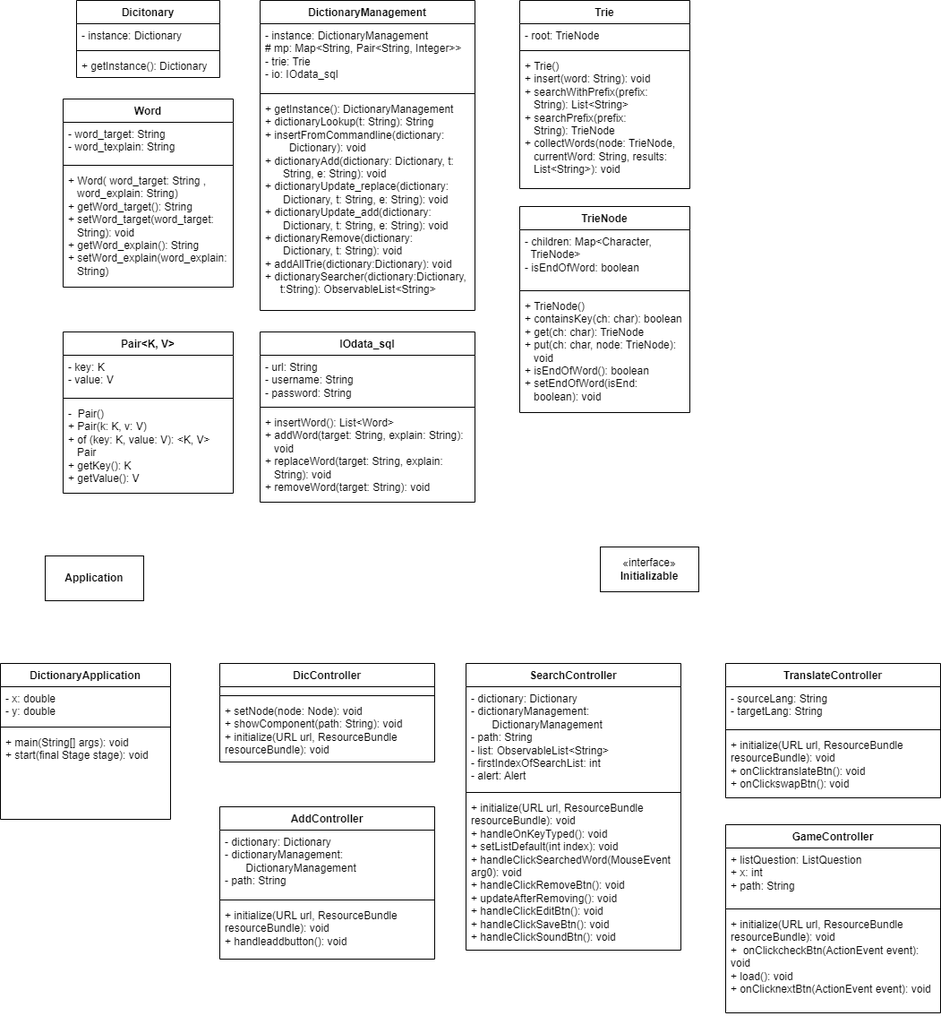
The draw.io diagram Dictionary_Project/DictionaryUML.drawio.png in changchan255/OOP_Dictionary, before a commit. Source tidied: cells renumbered, new cells last; positions are measured from the earlier drawing's top-left corner, leaving out a move shared by most shapes.
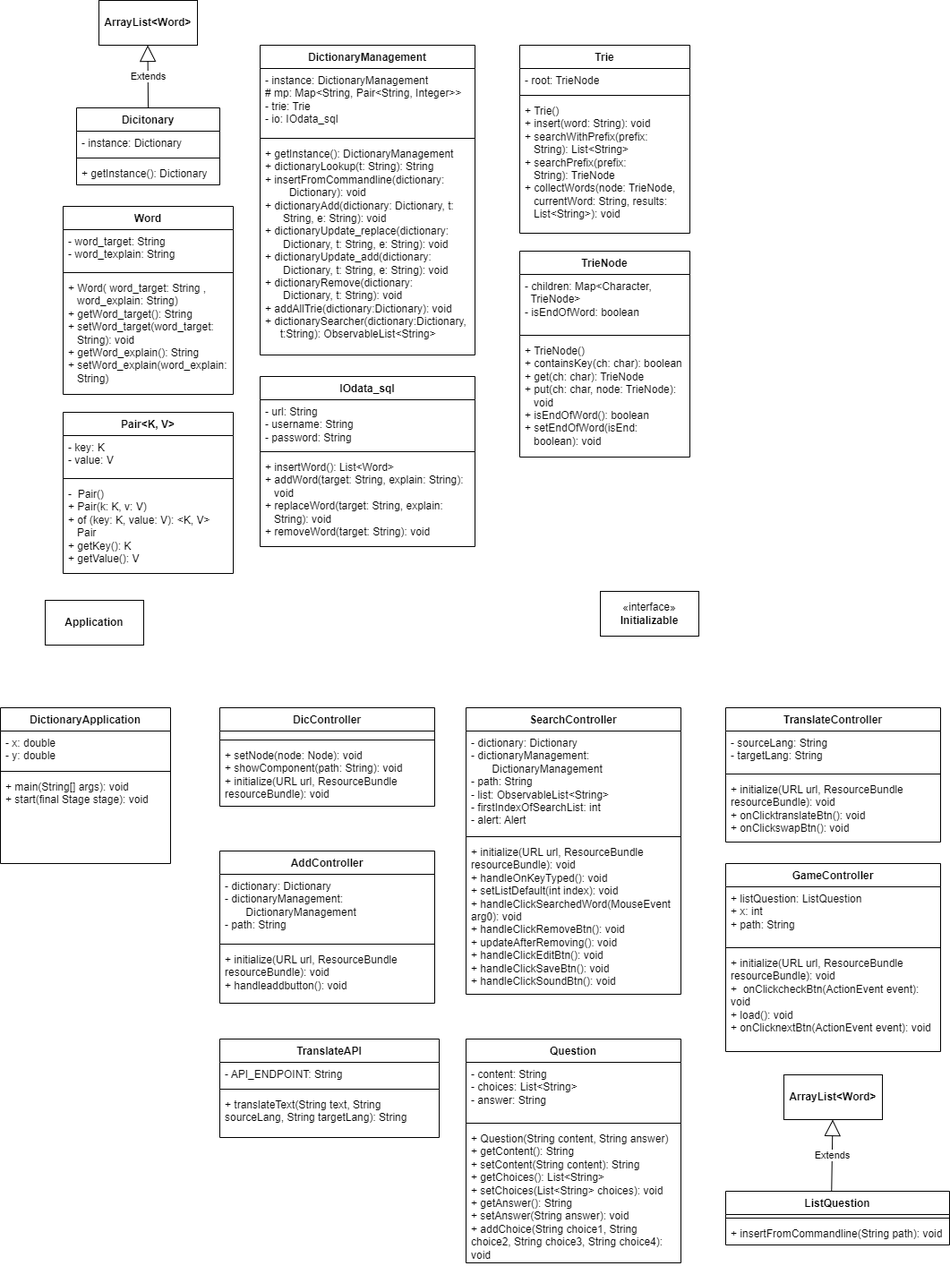
The same file after the commit.

Commit message:
Cập nhật DictionaryUML.drawio.png

The edit, as a diff of the source:
```diff
@@ -3,7 +3,7 @@
     <mxCell id="0" />
     <mxCell id="1" parent="0" />
     <mxCell id="2" value="Dicitonary" style="swimlane;fontStyle=1;align=center;verticalAlign=top;horizontal=1;startSize=26;whiteSpace=wrap;html=1;" parent="1" vertex="1">
-      <mxGeometry x="85" width="160" height="86" as="geometry" />
+      <mxGeometry x="85" y="70" width="160" height="86" as="geometry" />
     </mxCell>
     <mxCell id="3" value="-&amp;nbsp;instance: Dictionary" style="text;strokeColor=none;fillColor=none;align=left;verticalAlign=top;spacingLeft=4;spacingRight=4;overflow=hidden;whiteSpace=wrap;html=1;" parent="2" vertex="1">
       <mxGeometry y="26" width="160" height="26" as="geometry" />
@@ -27,7 +27,7 @@
       <mxGeometry y="108" width="240" height="238" as="geometry" />
     </mxCell>
     <mxCell id="10" value="Word" style="swimlane;fontStyle=1;align=center;verticalAlign=top;horizontal=1;startSize=26;whiteSpace=wrap;html=1;" parent="1" vertex="1">
-      <mxGeometry x="70" y="110" width="190" height="210" as="geometry" />
+      <mxGeometry x="70" y="180" width="190" height="210" as="geometry" />
     </mxCell>
     <mxCell id="11" value="-&amp;nbsp;word_target: String&lt;br&gt;-&amp;nbsp;word_texplain: String" style="text;strokeColor=none;fillColor=none;align=left;verticalAlign=top;spacingLeft=4;spacingRight=4;overflow=hidden;whiteSpace=wrap;html=1;" parent="10" vertex="1">
       <mxGeometry y="26" width="190" height="44" as="geometry" />
@@ -63,7 +63,7 @@
       <mxGeometry y="98" width="190" height="132" as="geometry" />
     </mxCell>
     <mxCell id="22" value="Pair&amp;lt;K, V&amp;gt;" style="swimlane;fontStyle=1;align=center;verticalAlign=top;horizontal=1;startSize=26;whiteSpace=wrap;html=1;" parent="1" vertex="1">
-      <mxGeometry x="70" y="370" width="190" height="180" as="geometry" />
+      <mxGeometry x="70" y="410" width="190" height="180" as="geometry" />
     </mxCell>
     <mxCell id="23" value="- key: K&lt;br&gt;- value: V" style="text;strokeColor=none;fillColor=none;align=left;verticalAlign=top;spacingLeft=4;spacingRight=4;overflow=hidden;whiteSpace=wrap;html=1;" parent="22" vertex="1">
       <mxGeometry y="26" width="190" height="44" as="geometry" />
@@ -153,7 +153,7 @@
       <mxGeometry y="78" width="240" height="72" as="geometry" />
     </mxCell>
     <mxCell id="52" value="GameController" style="swimlane;fontStyle=1;align=center;verticalAlign=top;horizontal=1;startSize=26;whiteSpace=wrap;html=1;" parent="1" vertex="1">
-      <mxGeometry x="810" y="920" width="240" height="210" as="geometry" />
+      <mxGeometry x="810" y="914" width="240" height="210" as="geometry" />
     </mxCell>
     <mxCell id="53" value="+ listQuestion: ListQuestion&lt;br&gt;+ x: int&lt;br&gt;+ path: String" style="text;strokeColor=none;fillColor=none;align=left;verticalAlign=top;spacingLeft=4;spacingRight=4;overflow=hidden;whiteSpace=wrap;html=1;" parent="52" vertex="1">
       <mxGeometry y="26" width="240" height="64" as="geometry" />
@@ -164,5 +164,55 @@
     <mxCell id="55" value="+&amp;nbsp;initialize(URL url, ResourceBundle resourceBundle): void&lt;br&gt;+&amp;nbsp;&amp;nbsp;onClickcheckBtn(ActionEvent event): void&lt;br&gt;+ load(): void&lt;br&gt;+&amp;nbsp;onClicknextBtn(ActionEvent event): void" style="text;strokeColor=none;fillColor=none;align=left;verticalAlign=top;spacingLeft=4;spacingRight=4;overflow=hidden;whiteSpace=wrap;html=1;" parent="52" vertex="1">
       <mxGeometry y="98" width="240" height="112" as="geometry" />
     </mxCell>
+    <mxCell id="56" value="TranslateAPI" style="swimlane;fontStyle=1;align=center;verticalAlign=top;horizontal=1;startSize=26;whiteSpace=wrap;html=1;" parent="1" vertex="1">
+      <mxGeometry x="245" y="1110" width="245" height="110" as="geometry" />
+    </mxCell>
+    <mxCell id="57" value="-&amp;nbsp;API_ENDPOINT: String" style="text;strokeColor=none;fillColor=none;align=left;verticalAlign=top;spacingLeft=4;spacingRight=4;overflow=hidden;whiteSpace=wrap;html=1;" parent="56" vertex="1">
+      <mxGeometry y="26" width="245" height="26" as="geometry" />
+    </mxCell>
+    <mxCell id="58" style="line;strokeWidth=1;fillColor=none;align=left;verticalAlign=middle;spacingTop=-1;spacingLeft=3;spacingRight=3;labelPosition=right;strokeColor=inherit;" parent="56" vertex="1">
+      <mxGeometry y="52" width="245" height="8" as="geometry" />
+    </mxCell>
+    <mxCell id="59" value="+&amp;nbsp;translateText(String text, String sourceLang, String targetLang): String" style="text;strokeColor=none;fillColor=none;align=left;verticalAlign=top;spacingLeft=4;spacingRight=4;overflow=hidden;whiteSpace=wrap;html=1;" parent="56" vertex="1">
+      <mxGeometry y="60" width="245" height="50" as="geometry" />
+    </mxCell>
+    <mxCell id="60" value="ListQuestion" style="swimlane;fontStyle=1;align=center;verticalAlign=top;horizontal=1;startSize=26;whiteSpace=wrap;html=1;" parent="1" vertex="1">
+      <mxGeometry x="810" y="1280" width="250" height="60" as="geometry" />
+    </mxCell>
+    <mxCell id="61" style="line;strokeWidth=1;fillColor=none;align=left;verticalAlign=middle;spacingTop=-1;spacingLeft=3;spacingRight=3;labelPosition=right;strokeColor=inherit;" parent="60" vertex="1">
+      <mxGeometry y="26" width="250" height="8" as="geometry" />
+    </mxCell>
+    <mxCell id="62" value="+&amp;nbsp;insertFromCommandline(String path): void" style="text;strokeColor=none;fillColor=none;align=left;verticalAlign=top;spacingLeft=4;spacingRight=4;overflow=hidden;whiteSpace=wrap;html=1;" parent="60" vertex="1">
+      <mxGeometry y="34" width="250" height="26" as="geometry" />
+    </mxCell>
+    <mxCell id="63" value="&lt;b&gt;ArrayList&amp;lt;Word&amp;gt;&lt;/b&gt;" style="html=1;whiteSpace=wrap;" parent="1" vertex="1">
+      <mxGeometry x="110" y="-50" width="110" height="50" as="geometry" />
+    </mxCell>
+    <mxCell id="64" value="Extends" style="endArrow=block;endSize=16;endFill=0;html=1;rounded=0;entryX=0.564;entryY=-0.071;entryDx=0;entryDy=0;entryPerimeter=0;" parent="1" edge="1">
+      <mxGeometry relative="1" as="geometry">
+        <mxPoint x="165" y="70" as="sourcePoint" />
+        <mxPoint x="164.5" as="targetPoint" />
+      </mxGeometry>
+    </mxCell>
+    <mxCell id="65" value="&lt;b&gt;ArrayList&amp;lt;Word&amp;gt;&lt;/b&gt;" style="html=1;whiteSpace=wrap;" parent="1" vertex="1">
+      <mxGeometry x="875" y="1150" width="110" height="50" as="geometry" />
+    </mxCell>
+    <mxCell id="66" value="Extends" style="endArrow=block;endSize=16;endFill=0;html=1;rounded=0;entryX=0.564;entryY=-0.071;entryDx=0;entryDy=0;entryPerimeter=0;exitX=0.473;exitY=0.004;exitDx=0;exitDy=0;exitPerimeter=0;" parent="1" edge="1" source="60">
+      <mxGeometry relative="1" as="geometry">
+        <mxPoint x="929.5" y="1200" as="targetPoint" />
+      </mxGeometry>
+    </mxCell>
+    <mxCell id="67" value="Question" style="swimlane;fontStyle=1;align=center;verticalAlign=top;horizontal=1;startSize=26;whiteSpace=wrap;html=1;" parent="1" vertex="1">
+      <mxGeometry x="520" y="1110" width="240" height="250" as="geometry" />
+    </mxCell>
+    <mxCell id="68" value="- content: String&lt;br&gt;-&amp;nbsp;choices:&amp;nbsp;List&amp;lt;String&amp;gt;&lt;br&gt;-&amp;nbsp;answer: String" style="text;strokeColor=none;fillColor=none;align=left;verticalAlign=top;spacingLeft=4;spacingRight=4;overflow=hidden;whiteSpace=wrap;html=1;" parent="67" vertex="1">
+      <mxGeometry y="26" width="240" height="64" as="geometry" />
+    </mxCell>
+    <mxCell id="69" style="line;strokeWidth=1;fillColor=none;align=left;verticalAlign=middle;spacingTop=-1;spacingLeft=3;spacingRight=3;labelPosition=right;strokeColor=inherit;" parent="67" vertex="1">
+      <mxGeometry y="90" width="240" height="8" as="geometry" />
+    </mxCell>
+    <mxCell id="70" value="+ Question(String content, String answer)&lt;br&gt;+ getContent(): String&lt;br&gt;+&amp;nbsp;setContent(String content): String&lt;br&gt;+&amp;nbsp;getChoices():&amp;nbsp;List&amp;lt;String&amp;gt;&lt;br&gt;+&amp;nbsp;setChoices(List&amp;lt;String&amp;gt; choices): void&lt;br&gt;+&amp;nbsp;getAnswer(): String&lt;br&gt;+&amp;nbsp;setAnswer(String answer): void&lt;br&gt;+&amp;nbsp;addChoice(String choice1, String choice2, String choice3, String choice4): void" style="text;strokeColor=none;fillColor=none;align=left;verticalAlign=top;spacingLeft=4;spacingRight=4;overflow=hidden;whiteSpace=wrap;html=1;" parent="67" vertex="1">
+      <mxGeometry y="98" width="240" height="152" as="geometry" />
+    </mxCell>
   </root>
 </mxGraphModel>
```
